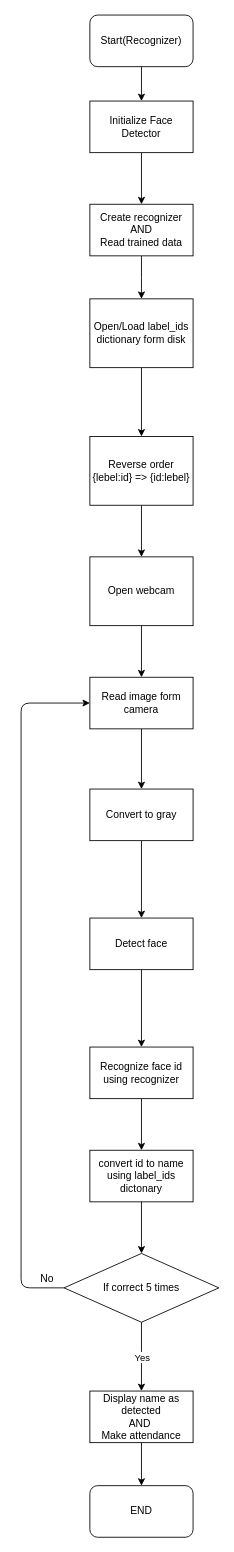
The draw.io diagram Documentation/Flow Diagram/recognizer.drawio in prashantsingh2408/Face-Recognition-Attendance-System, before the edit. Source tidied: cells renumbered, new cells numbered last; positions are measured from the earlier drawing's top-left corner, leaving out a move shared by most shapes. Both pictures are drawn from the tidied source at 86%, with x=0, y=0 at pixel (21, 15).
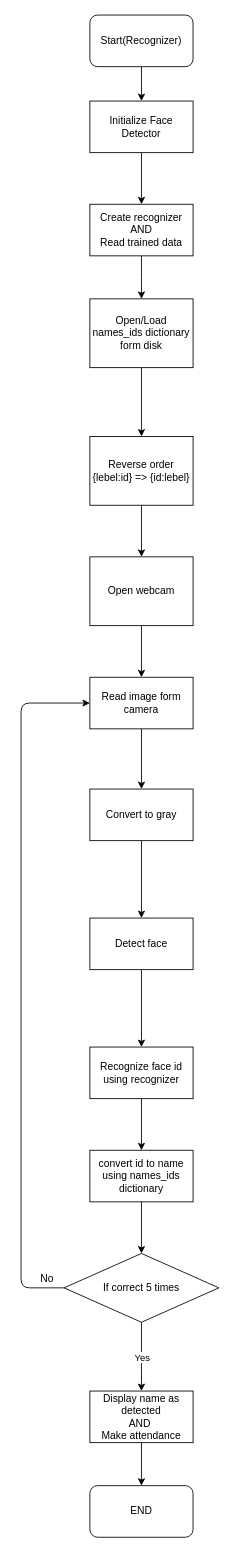
After the change.

The edit, as a diff of the source:
```diff
@@
-    <mxCell id="9" value="Open/Load label_ids dictionary form disk" style="rounded=0;whiteSpace=wrap;html=1;" parent="1" vertex="1">
+    <mxCell id="9" value="Open/Load names_ids dictionary form disk" style="rounded=0;whiteSpace=wrap;html=1;" parent="1" vertex="1">
       <mxGeometry x="80" y="330" width="120" height="80" as="geometry" />
     </mxCell>
@@
-    <mxCell id="30" value="convert id to name using label_ids dictonary" style="rounded=0;whiteSpace=wrap;html=1;" parent="1" vertex="1">
+    <mxCell id="30" value="convert id to name using names_ids dictionary" style="rounded=0;whiteSpace=wrap;html=1;" parent="1" vertex="1">
       <mxGeometry x="80" y="1320" width="120" height="60" as="geometry" />
     </mxCell>
```
